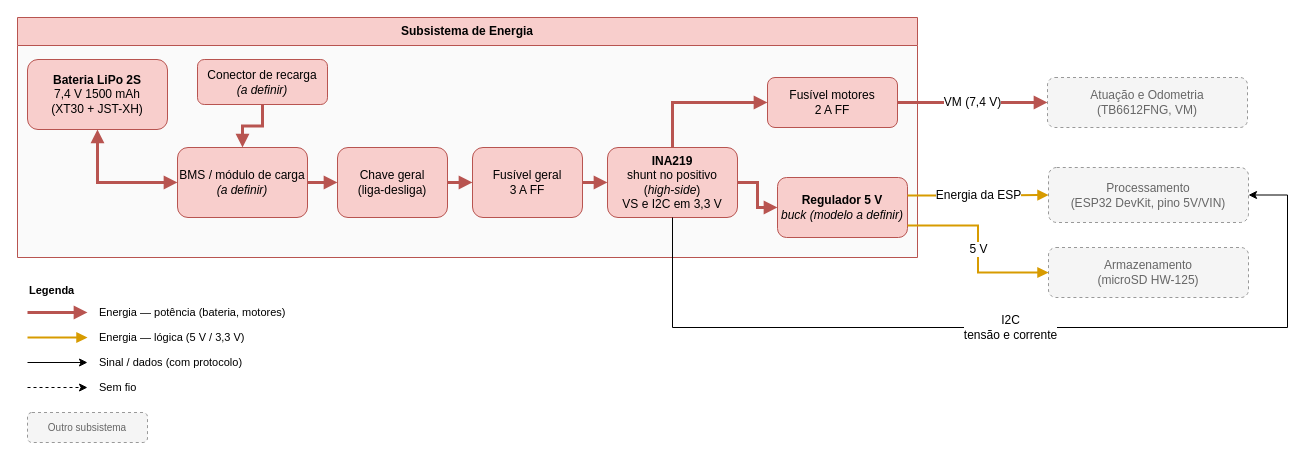
Before: page "Energia" (2 of 6) of hw/Placa de Integração/Diagrama de blocos/Diagrama de blocos.drawio in fcte-pi1/2026.2_PI1_Grupo2_Hilmer, a draw.io diagram. Source tidied: cells renumbered, new cells numbered last; positions are measured from the earlier drawing's top-left corner, leaving out a move shared by most shapes. Both pictures are drawn from the tidied source at 100%, with x=0, y=0 at pixel (17, 17).
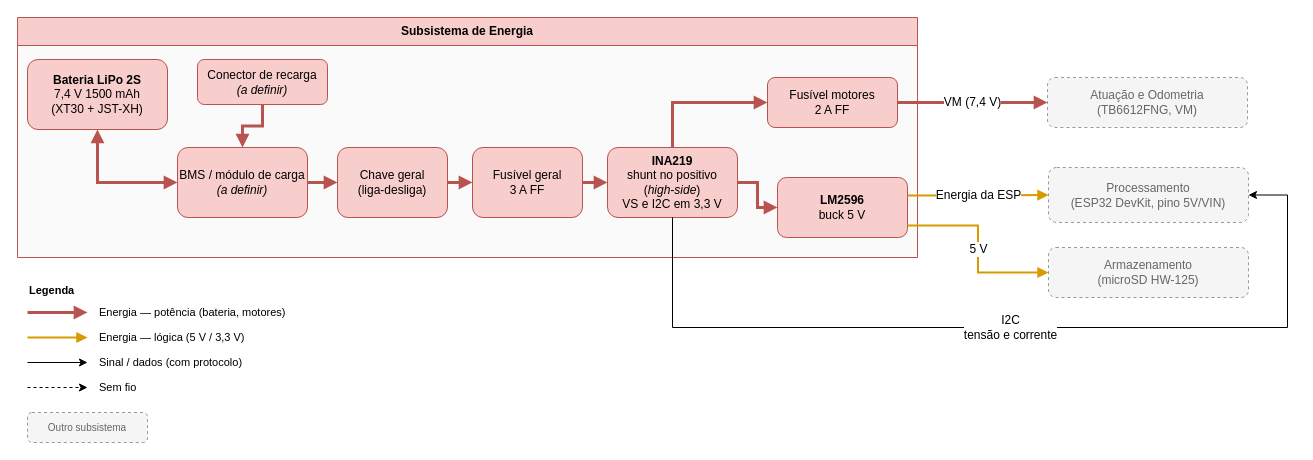
The same page after the edit.

Commit message (it also covers changes not shown here):
[Hardware] Especifica o LM2596 como regulador de 5 V no diagrama de blocos

The change refers to these unchanged cells:
```xml
<mxCell id="2" value="Subsistema de Energia" style="swimlane;whiteSpace=wrap;html=1;startSize=28;fillColor=#f8cecc;strokeColor=#b85450;swimlaneFillColor=#FAFAFA;fontStyle=1;" parent="1" vertex="1">
  <mxGeometry width="900" height="240" as="geometry" />
</mxCell>
```

The edit, as a diff of the source:
```diff
@@
-    <mxCell id="10" value="&lt;b&gt;Regulador 5 V&lt;/b&gt;&lt;br&gt;&lt;i&gt;buck (modelo a definir)&lt;/i&gt;" style="rounded=1;whiteSpace=wrap;html=1;fillColor=#f8cecc;strokeColor=#b85450;" parent="2" vertex="1">
+    <mxCell id="10" value="&lt;b&gt;LM2596&lt;/b&gt;&lt;br&gt;buck 5 V" style="rounded=1;whiteSpace=wrap;html=1;fillColor=#f8cecc;strokeColor=#b85450;" parent="2" vertex="1">
       <mxGeometry x="760" y="160" width="130" height="60" as="geometry" />
     </mxCell>
```
